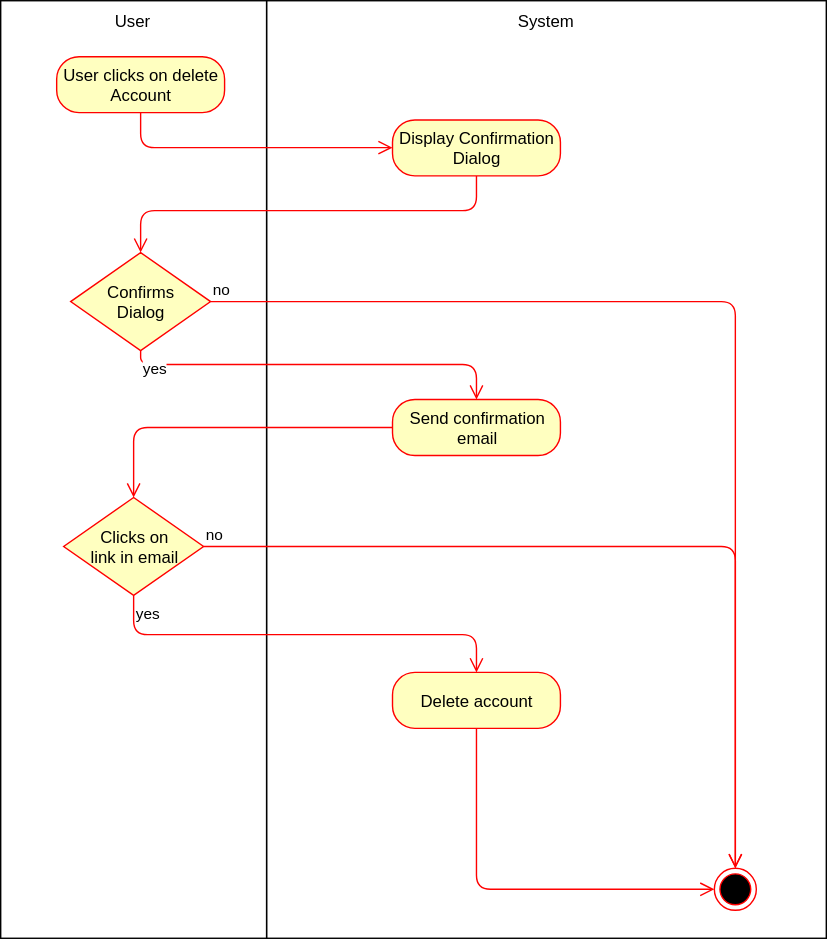
Before: documentation/UCs/Delete Account/ad_delete_account.svg, a diagram exported from draw.io (Toaster996/softwareengineering). Source tidied: cells renumbered, new cells last; positions are measured from the earlier drawing's top-left corner, leaving out a move shared by most shapes.
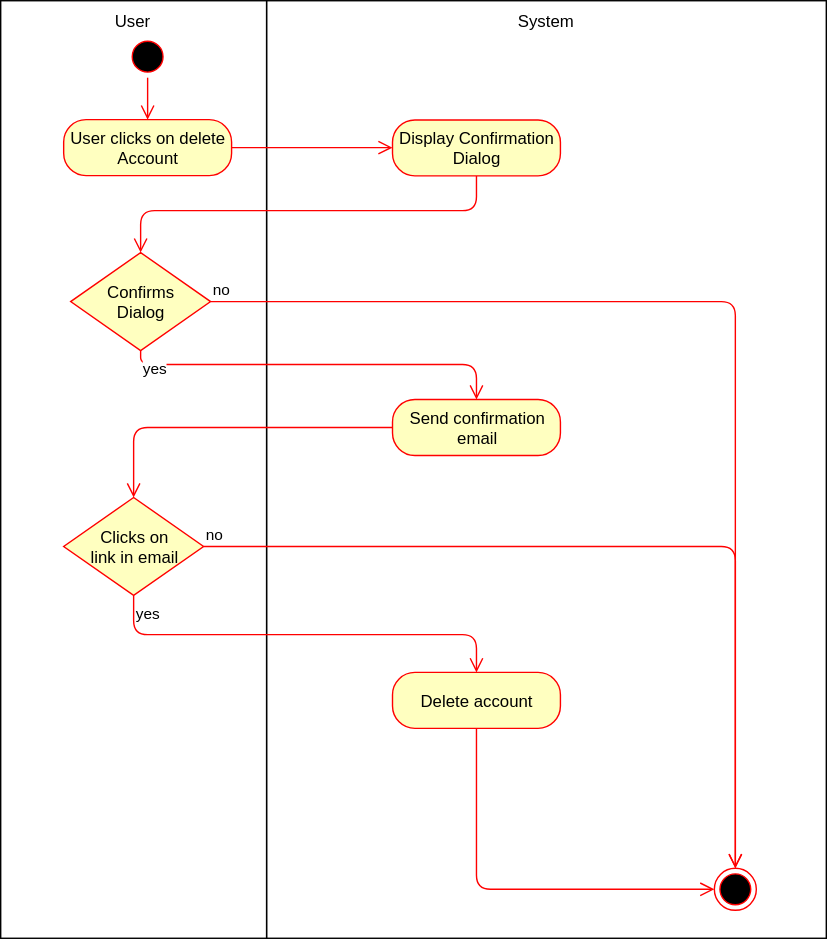
The same file after the commit.

Change to the diagram source:
```diff
@@ -9,7 +9,7 @@
       <mxGeometry width="190" height="670" as="geometry" />
     </mxCell>
     <mxCell id="4" value="User clicks on delete&lt;br&gt;Account&lt;br&gt;" style="rounded=1;whiteSpace=wrap;html=1;arcSize=40;fillColor=#ffffc0;strokeColor=#ff0000;" parent="1" vertex="1">
-      <mxGeometry x="40" y="40" width="120" height="40" as="geometry" />
+      <mxGeometry x="45" y="85" width="120" height="40" as="geometry" />
     </mxCell>
     <mxCell id="5" style="edgeStyle=orthogonalEdgeStyle;html=1;verticalAlign=bottom;endArrow=open;endSize=8;strokeColor=#ff0000;entryX=0;entryY=0.5;" parent="1" edge="1" source="4" target="10">
       <mxGeometry relative="1" as="geometry">
@@ -71,5 +71,11 @@
     <mxCell id="18" style="edgeStyle=orthogonalEdgeStyle;html=1;verticalAlign=bottom;endArrow=open;endSize=8;strokeColor=#ff0000;exitX=0.5;exitY=1;entryX=0;entryY=0.5;" parent="1" edge="1" source="17" target="6">
       <mxGeometry relative="1" as="geometry" />
     </mxCell>
+    <mxCell id="19" style="ellipse;html=1;shape=startState;fillColor=#000000;strokeColor=#ff0000;" parent="1" vertex="1">
+      <mxGeometry x="90" y="24.8" width="30" height="30" as="geometry" />
+    </mxCell>
+    <mxCell id="20" style="html=1;verticalAlign=bottom;endArrow=open;endSize=8;strokeColor=#ff0000;entryX=0.5;entryY=0;exitX=0.5;exitY=1;" parent="1" edge="1" source="19" target="4">
+      <mxGeometry relative="1" as="geometry" />
+    </mxCell>
   </root>
 </mxGraphModel>
```
